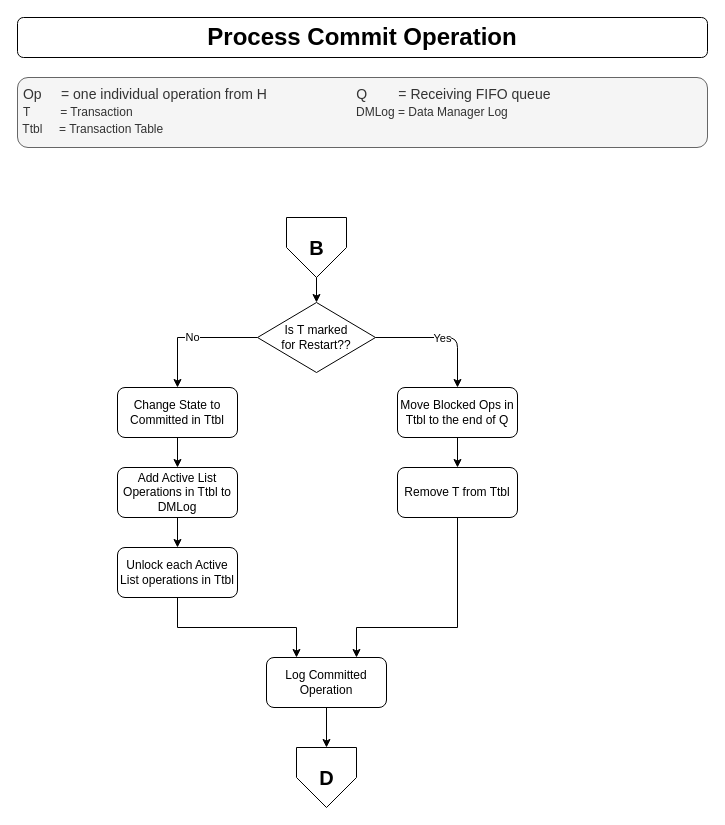
Above: Design/CS 5570 Team4 Design - Scheduler - Process Abort.drawio in Rod-Skoglund/CS5570-Project (draw.io), before the change. Source tidied: cells renumbered, new cells numbered last; positions are measured from the earlier drawing's top-left corner, leaving out a move shared by most shapes. Both pictures are drawn from the tidied source at 100%, with x=0, y=0 at pixel (17, 17).
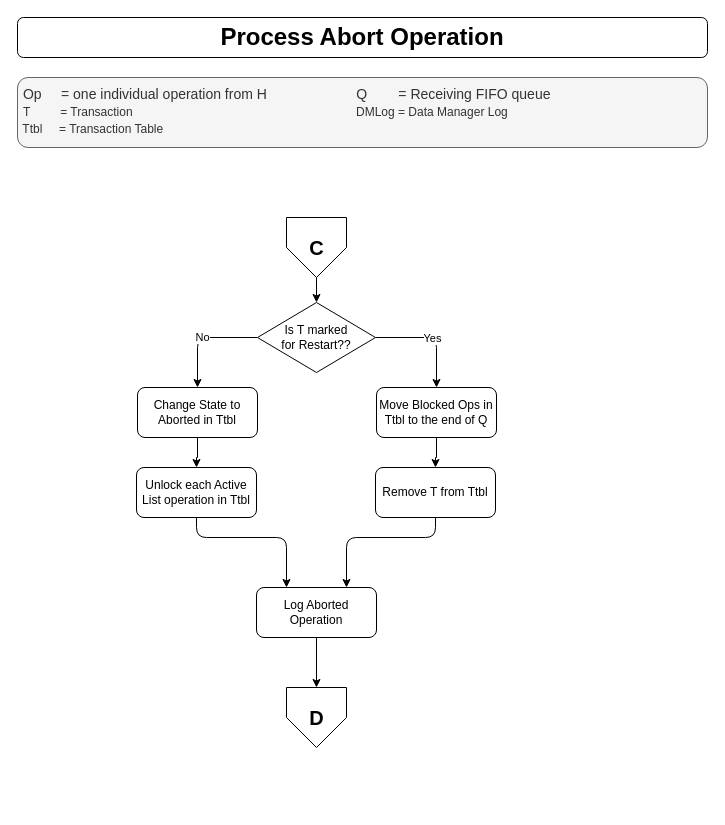
The same page after the edit.

Commit message:
Completed Design

Unchanged cells that the change refers to:
```xml
<mxCell id="6" value="Is T marked &lt;br&gt;for Restart??" style="rhombus;whiteSpace=wrap;html=1;" parent="1" vertex="1">
  <mxGeometry x="240" y="285" width="118" height="70" as="geometry" />
</mxCell>
```

The edit, as a diff of the source:
```diff
@@
-    <mxCell id="2" value="Process Commit Operation" style="rounded=1;whiteSpace=wrap;html=1;fontSize=24;glass=0;strokeWidth=1;shadow=0;fontStyle=1;" parent="1" vertex="1">
+    <mxCell id="2" value="Process Abort Operation" style="rounded=1;whiteSpace=wrap;html=1;fontSize=24;glass=0;strokeWidth=1;shadow=0;fontStyle=1;" parent="1" vertex="1">
       <mxGeometry width="690" height="40" as="geometry" />
     </mxCell>
@@
-    <mxCell id="4" value="B" style="verticalLabelPosition=middle;verticalAlign=middle;html=1;shape=offPageConnector;rounded=0;size=0.5;labelPosition=center;align=center;fontSize=20;fontStyle=1;" parent="1" vertex="1">
+    <mxCell id="4" value="C" style="verticalLabelPosition=middle;verticalAlign=middle;html=1;shape=offPageConnector;rounded=0;size=0.5;labelPosition=center;align=center;fontSize=20;fontStyle=1;" parent="1" vertex="1">
       <mxGeometry x="269" y="200" width="60" height="60" as="geometry" />
     </mxCell>
-    <mxCell id="5" value="No" style="edgeStyle=orthogonalEdgeStyle;rounded=0;jettySize=auto;html=1;exitX=0;exitY=0.5;exitDx=0;exitDy=0;entryX=0.5;entryY=0;entryDx=0;entryDy=0;strokeWidth=1;" parent="1" edge="1" source="6" target="18">
+    <mxCell id="5" value="No" style="edgeStyle=orthogonalEdgeStyle;rounded=1;jettySize=auto;html=1;exitX=0;exitY=0.5;exitDx=0;exitDy=0;entryX=0.5;entryY=0;entryDx=0;entryDy=0;strokeWidth=1;" parent="1" edge="1" source="6" target="18">
       <mxGeometry relative="1" as="geometry" />
     </mxCell>
@@
     <mxCell id="9" value="Move Blocked Ops in Ttbl to the end of Q" style="rounded=1;whiteSpace=wrap;html=1;fontSize=12;glass=0;strokeWidth=1;shadow=0;" parent="1" vertex="1">
-      <mxGeometry x="380" y="370" width="120" height="50" as="geometry" />
+      <mxGeometry x="359" y="370" width="120" height="50" as="geometry" />
     </mxCell>
     <mxCell id="10" value="D" style="verticalLabelPosition=middle;verticalAlign=middle;html=1;shape=offPageConnector;rounded=0;size=0.5;labelPosition=center;align=center;fontSize=20;fontStyle=1;" parent="1" vertex="1">
-      <mxGeometry x="279" y="730" width="60" height="60" as="geometry" />
+      <mxGeometry x="269" y="670" width="60" height="60" as="geometry" />
     </mxCell>
@@
-    <mxCell id="13" style="edgeStyle=orthogonalEdgeStyle;rounded=0;jettySize=auto;html=1;exitX=0.5;exitY=1;exitDx=0;exitDy=0;entryX=0.75;entryY=0;entryDx=0;entryDy=0;strokeWidth=1;" parent="1" edge="1" source="14" target="16">
+    <mxCell id="13" style="edgeStyle=orthogonalEdgeStyle;rounded=1;jettySize=auto;html=1;exitX=0.5;exitY=1;exitDx=0;exitDy=0;entryX=0.75;entryY=0;entryDx=0;entryDy=0;strokeWidth=1;" parent="1" edge="1" source="14" target="16">
       <mxGeometry relative="1" as="geometry">
         <Array as="points">
-          <mxPoint x="440" y="610" />
-          <mxPoint x="339" y="610" />
+          <mxPoint x="418" y="520" />
+          <mxPoint x="329" y="520" />
         </Array>
       </mxGeometry>
     </mxCell>
     <mxCell id="14" value="Remove T from Ttbl" style="rounded=1;whiteSpace=wrap;html=1;fontSize=12;glass=0;strokeWidth=1;shadow=0;" parent="1" vertex="1">
-      <mxGeometry x="380" y="450" width="120" height="50" as="geometry" />
+      <mxGeometry x="358" y="450" width="120" height="50" as="geometry" />
     </mxCell>
@@
-    <mxCell id="16" value="Log Committed Operation" style="rounded=1;whiteSpace=wrap;html=1;fontSize=12;glass=0;strokeWidth=1;shadow=0;" parent="1" vertex="1">
-      <mxGeometry x="249" y="640" width="120" height="50" as="geometry" />
+    <mxCell id="16" value="Log Aborted Operation" style="rounded=1;whiteSpace=wrap;html=1;fontSize=12;glass=0;strokeWidth=1;shadow=0;" parent="1" vertex="1">
+      <mxGeometry x="239" y="570" width="120" height="50" as="geometry" />
     </mxCell>
-    <mxCell id="17" style="edgeStyle=orthogonalEdgeStyle;rounded=0;jettySize=auto;html=1;strokeWidth=1;entryX=0.5;entryY=0;entryDx=0;entryDy=0;" parent="1" edge="1" source="18" target="20">
+    <mxCell id="17" style="edgeStyle=orthogonalEdgeStyle;rounded=0;jettySize=auto;html=1;strokeWidth=1;entryX=0.5;entryY=0;entryDx=0;entryDy=0;" parent="1" edge="1" source="18" target="22">
       <mxGeometry relative="1" as="geometry" />
     </mxCell>
-    <mxCell id="18" value="Change State to Committed in Ttbl" style="rounded=1;whiteSpace=wrap;html=1;fontSize=12;glass=0;strokeWidth=1;shadow=0;" parent="1" vertex="1">
-      <mxGeometry x="100" y="370" width="120" height="50" as="geometry" />
+    <mxCell id="18" value="Change State to Aborted in Ttbl" style="rounded=1;whiteSpace=wrap;html=1;fontSize=12;glass=0;strokeWidth=1;shadow=0;" parent="1" vertex="1">
+      <mxGeometry x="120" y="370" width="120" height="50" as="geometry" />
     </mxCell>
-    <mxCell id="19" style="edgeStyle=orthogonalEdgeStyle;rounded=0;jettySize=auto;html=1;exitX=0.5;exitY=1;exitDx=0;exitDy=0;entryX=0.5;entryY=0;entryDx=0;entryDy=0;strokeWidth=1;" parent="1" edge="1" source="20" target="22">
-      <mxGeometry relative="1" as="geometry" />
-    </mxCell>
-    <mxCell id="20" value="Add Active List Operations in Ttbl to DMLog" style="rounded=1;whiteSpace=wrap;html=1;fontSize=12;glass=0;strokeWidth=1;shadow=0;" parent="1" vertex="1">
-      <mxGeometry x="100" y="450" width="120" height="50" as="geometry" />
-    </mxCell>
-    <mxCell id="21" style="edgeStyle=orthogonalEdgeStyle;rounded=0;jettySize=auto;html=1;exitX=0.5;exitY=1;exitDx=0;exitDy=0;entryX=0.25;entryY=0;entryDx=0;entryDy=0;strokeWidth=1;" parent="1" edge="1" source="22" target="16">
-      <mxGeometry relative="1" as="geometry" />
+    <mxCell id="21" style="edgeStyle=orthogonalEdgeStyle;rounded=1;jettySize=auto;html=1;exitX=0.5;exitY=1;exitDx=0;exitDy=0;strokeWidth=1;entryX=0.25;entryY=0;entryDx=0;entryDy=0;" parent="1" edge="1" source="22" target="16">
+      <mxGeometry relative="1" as="geometry">
+        <Array as="points">
+          <mxPoint x="179" y="520" />
+          <mxPoint x="269" y="520" />
+        </Array>
+      </mxGeometry>
     </mxCell>
-    <mxCell id="22" value="Unlock each Active List operations in Ttbl" style="rounded=1;whiteSpace=wrap;html=1;fontSize=12;glass=0;strokeWidth=1;shadow=0;" parent="1" vertex="1">
-      <mxGeometry x="100" y="530" width="120" height="50" as="geometry" />
+    <mxCell id="22" value="Unlock each Active List operation in Ttbl" style="rounded=1;whiteSpace=wrap;html=1;fontSize=12;glass=0;strokeWidth=1;shadow=0;" parent="1" vertex="1">
+      <mxGeometry x="119" y="450" width="120" height="50" as="geometry" />
     </mxCell>
```
